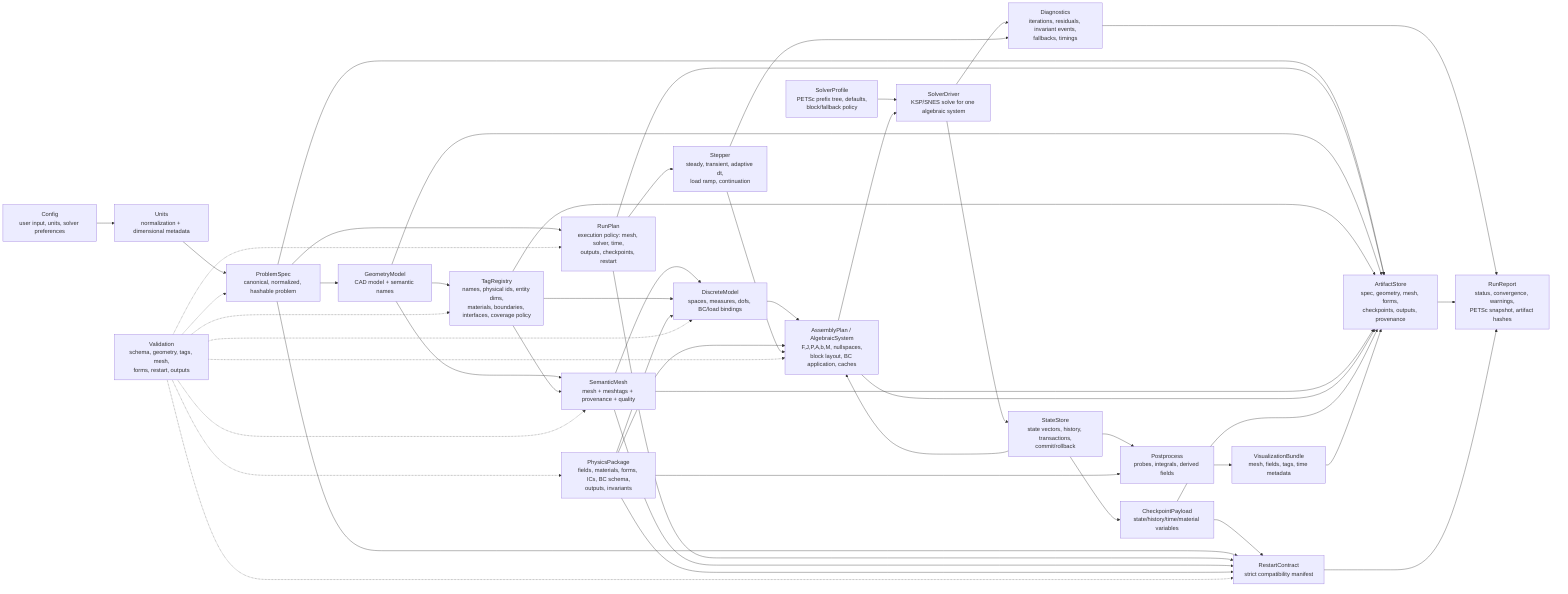
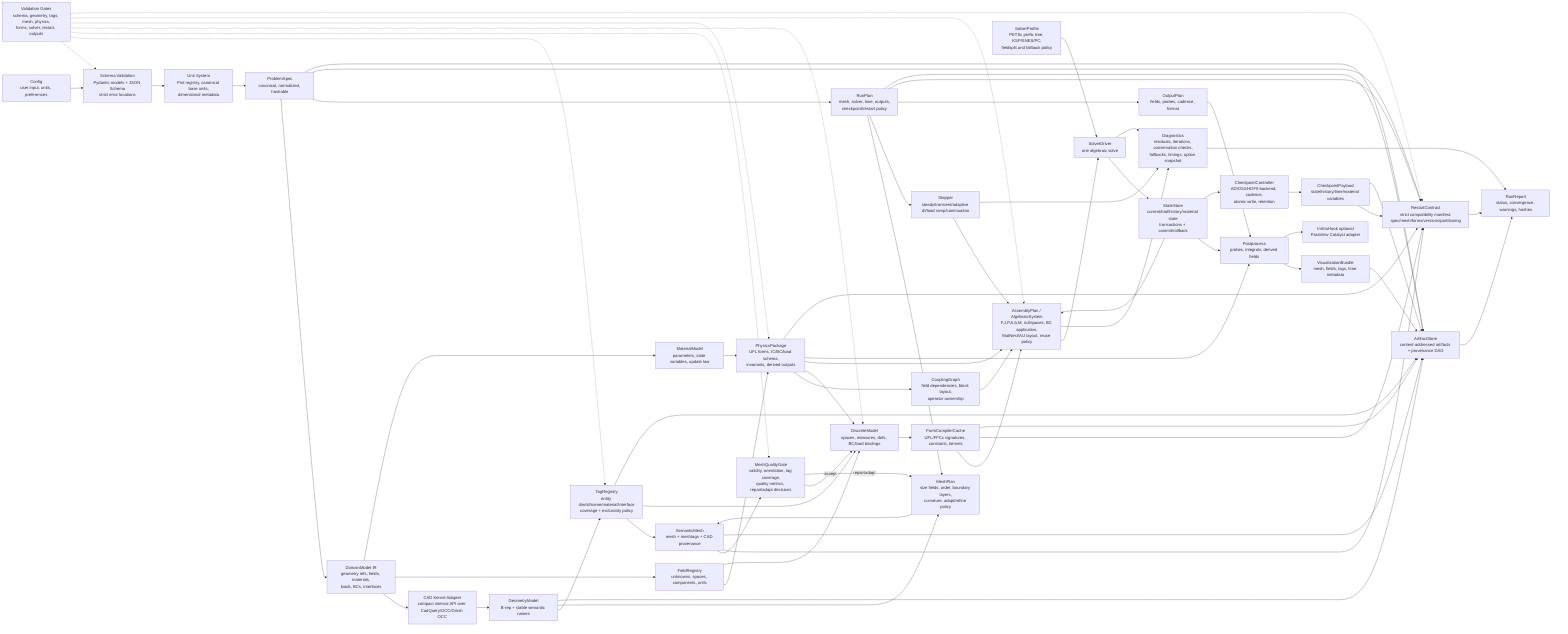
flowchart LR
-     CFG["Config\nuser input, units, solver preferences"]
-     UNITS["Units\nnormalization + dimensional metadata"]
-     SPEC["ProblemSpec\ncanonical, normalized, hashable problem"]
-     RUNPLAN["RunPlan\nexecution policy: mesh, solver, time,\noutputs, checkpoints, restart"]
+     CFG["Config\nuser input, units, preferences"]
+     VALIDCFG["Schema Validation\nPydantic models + JSON Schema\nstrict error locations"]
+     UNITS["Unit System\nPint registry, canonical base units,\ndimensional metadata"]
+     SPEC["ProblemSpec\ncanonical, normalized, hashable"]
+     MODEL["DomainModel IR\ngeometry refs, fields, materials,\nloads, BCs, interfaces"]
+     RUNPLAN["RunPlan\nmesh, solver, time, outputs,\ncheckpoint/restart policy"]

-     GEOM["GeometryModel\nCAD model + semantic names"]
-     TAGS["TagRegistry\nnames, physical ids, entity dims,\nmaterials, boundaries, interfaces, coverage policy"]
-     MESH["SemanticMesh\nmesh + meshtags + provenance + quality"]
+     CADAPI["CAD Kernel Adapter\ncompact internal API over CadQuery/OCC/Gmsh OCC"]
+     GEOM["GeometryModel\nB-rep + stable semantic names"]
+     TAGS["TagRegistry\nentity dim/id/name/material/interface\ncoverage + exclusivity policy"]
+     MESHPLAN["MeshPlan\nsize fields, order, boundary layers,\ncurvature, adapt/refine policy"]
+     MESH["SemanticMesh\nmesh + meshtags + CAD provenance"]
+     MESHQA["MeshQualityGate\nvalidity, orientation, tag coverage,\nquality metrics, repair/adapt decisions"]

+     FIELDS["FieldRegistry\nunknowns, spaces, components, units"]
+     MAT["MaterialModel\nparameters, state variables, update law"]
+     PHYS["PhysicsPackage\nUFL forms, IC/BC/load schema,\ninvariants, derived outputs"]
+     COUPLE["CouplingGraph\nfield dependencies, block layout,\noperator ownership"]
    DISCRETE["DiscreteModel\nspaces, measures, dofs, BC/load bindings"]
-     PHYS["PhysicsPackage\nfields, materials, forms, ICs, BC schema,\noutputs, invariants"]
-     ASSEMBLY["AssemblyPlan / AlgebraicSystem\nF,J,P,A,b,M, nullspaces,\nblock layout, BC application, caches"]
-     STATE["StateStore\nstate vectors, history, transactions,\ncommit/rollback"]
+     FORMCACHE["FormCompilerCache\nUFL/FFCx signatures, constants, kernels"]

-     STEPPER["Stepper\nsteady, transient, adaptive dt,\nload ramp, continuation"]
-     PROFILE["SolverProfile\nPETSc prefix tree, defaults,\nblock/fallback policy"]
-     SOLVER["SolverDriver\nKSP/SNES solve for one algebraic system"]
-     DIAG["Diagnostics\niterations, residuals, invariant events,\nfallbacks, timings"]
+     ASSEMBLY["AssemblyPlan / AlgebraicSystem\nF,J,P,A,b,M, nullspaces, BC application,\nMatNest/AIJ layout, reuse policy"]
+     STATE["StateStore\ncurrent/trial/history/material state\ntransactions + commit/rollback"]
+     STEPPER["Stepper\nsteady/transient/adaptive dt/load ramp/continuation"]
+     PROFILE["SolverProfile\nPETSc prefix tree, KSP/SNES/PC,\nfieldsplit and fallback policy"]
+     SOLVER["SolverDriver\none algebraic solve"]
+     DIAG["Diagnostics\nresiduals, iterations, conservation checks,\nfallbacks, timings, option snapshot"]

+     OUTPUTPLAN["OutputPlan\nfields, probes, cadence, format"]
    POST["Postprocess\nprobes, integrals, derived fields"]
    VIZ["VisualizationBundle\nmesh, fields, tags, time metadata"]
+     INSITU["InSituHook optional\nParaView Catalyst adapter"]

-     RESTART["RestartContract\nstrict compatibility manifest"]
+     CKPTCTRL["CheckpointController\nADIOS2/HDF5 backend, cadence,\natomic write, retention"]
    CKPT["CheckpointPayload\nstate/history/time/material variables"]
-     REPORT["RunReport\nstatus, convergence, warnings,\nPETSc snapshot, artifact hashes"]
-     STORE["ArtifactStore\nspec, geometry, mesh, forms,\ncheckpoints, outputs, provenance"]
-     VALID["Validation\nschema, geometry, tags, mesh,\nforms, restart, outputs"]
+     RESTART["RestartContract\nstrict compatibility manifest:\nspec/mesh/forms/versions/partitioning"]
+     STORE["ArtifactStore\ncontent-addressed artifacts + provenance DAG"]
+     REPORT["RunReport\nstatus, convergence, warnings, hashes"]
+     VALID["Validation Gates\nschema, geometry, tags, mesh, physics,\nforms, solver, restart, outputs"]

-     CFG --> UNITS --> SPEC --> RUNPLAN
-     SPEC --> GEOM
+     CFG --> VALIDCFG --> UNITS --> SPEC
+     SPEC --> MODEL
+     SPEC --> RUNPLAN
+     MODEL --> CADAPI --> GEOM
    GEOM --> TAGS
-     GEOM --> MESH
+     RUNPLAN --> MESHPLAN
+     GEOM --> MESHPLAN --> MESH
    TAGS --> MESH
-     MESH --> DISCRETE
+     MESH --> MESHQA
+     MESHQA -->|accept| DISCRETE
+     MESHQA -->|repair/adapt| MESHPLAN
+ 
+     MODEL --> FIELDS
+     MODEL --> MAT
+     FIELDS --> PHYS
+     MAT --> PHYS
+     PHYS --> COUPLE
+     FIELDS --> DISCRETE
    TAGS --> DISCRETE
    PHYS --> DISCRETE
-     DISCRETE --> ASSEMBLY
+     DISCRETE --> FORMCACHE --> ASSEMBLY
+     COUPLE --> ASSEMBLY
    PHYS --> ASSEMBLY
    STATE --> ASSEMBLY
+ 
    RUNPLAN --> STEPPER
    STEPPER --> ASSEMBLY
    PROFILE --> SOLVER
    ASSEMBLY --> SOLVER
    SOLVER --> STATE
    SOLVER --> DIAG
    STEPPER --> DIAG
+     ASSEMBLY --> DIAG
+ 
+     RUNPLAN --> OUTPUTPLAN
    STATE --> POST
    PHYS --> POST
-     POST --> VIZ
+     OUTPUTPLAN --> POST --> VIZ
+     POST --> INSITU

-     STATE --> CKPT
-     CKPT --> RESTART
+     STATE --> CKPTCTRL --> CKPT --> RESTART
    SPEC --> RESTART
    RUNPLAN --> RESTART
    MESH --> RESTART
    PHYS --> RESTART
+     FORMCACHE --> RESTART

    SPEC --> STORE
    RUNPLAN --> STORE
    GEOM --> STORE
    TAGS --> STORE
    MESH --> STORE
-     ASSEMBLY --> STORE
+     FORMCACHE --> STORE
    CKPT --> STORE
    VIZ --> STORE
    DIAG --> REPORT
    STORE --> REPORT
    RESTART --> REPORT

-     VALID -.-> SPEC
-     VALID -.-> RUNPLAN
+     VALID -.-> VALIDCFG
    VALID -.-> TAGS
-     VALID -.-> MESH
+     VALID -.-> MESHQA
    VALID -.-> DISCRETE
    VALID -.-> PHYS
    VALID -.-> ASSEMBLY
    VALID -.-> RESTART
